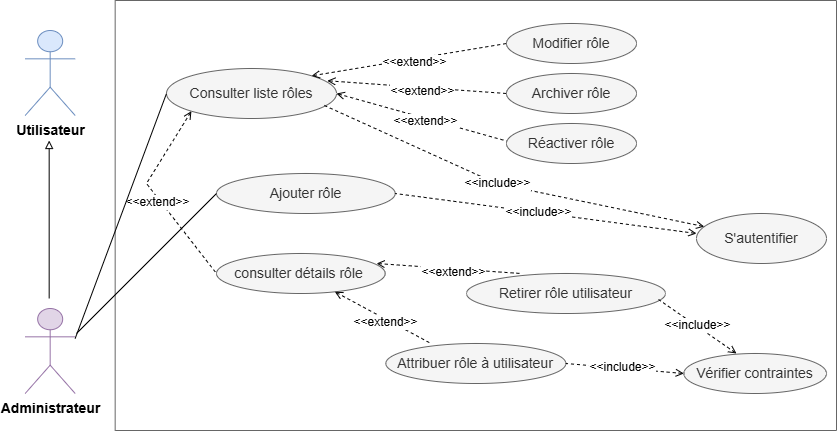
Above: Images/diag cas d'utilisation role.drawio.png in rihab-dev/Rapport-PFE (draw.io), before the change. Source tidied: cells renumbered, new cells last; positions are measured from the earlier drawing's top-left corner, leaving out a move shared by most shapes.
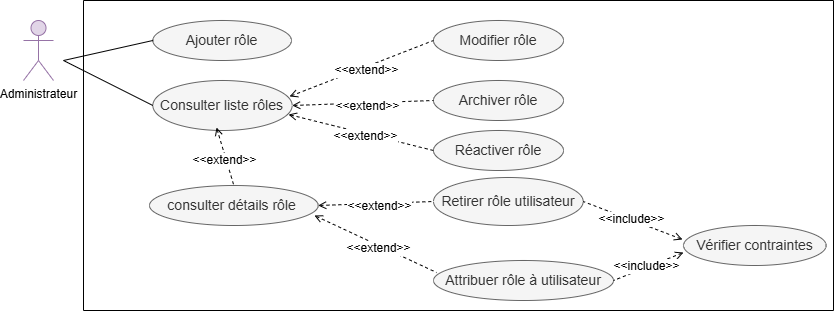
After the commit.

The edit, as a diff of the source:
```diff
@@ -2,152 +2,114 @@
   <root>
     <mxCell id="0" />
     <mxCell id="1" parent="0" />
-    <mxCell id="2" style="swimlane;startSize=0;fillColor=#f5f5f5;strokeColor=#666666;fontColor=#333333;swimlaneFillColor=none;swimlaneLine=1;" parent="1" vertex="1">
-      <mxGeometry x="89.7" width="721.3" height="430" as="geometry" />
-    </mxCell>
-    <mxCell id="3" value="&lt;font style=&quot;font-size: 14px;&quot;&gt;Consulter liste rôles&lt;/font&gt;" style="ellipse;whiteSpace=wrap;html=1;fillColor=#f5f5f5;fontColor=#333333;strokeColor=#666666;" parent="2" vertex="1">
-      <mxGeometry x="51.3" y="68" width="170" height="50" as="geometry" />
+    <mxCell id="3" value="&lt;font style=&quot;font-size: 14px;&quot;&gt;Consulter liste rôles&lt;/font&gt;" style="ellipse;whiteSpace=wrap;html=1;fillColor=#f5f5f5;fontColor=#333333;strokeColor=#666666;" parent="1" vertex="1">
+      <mxGeometry x="129" y="368" width="139.3" height="50" as="geometry" />
     </mxCell>
-    <mxCell id="4" value="&lt;font style=&quot;font-size: 14px;&quot;&gt;S'autentifier&lt;/font&gt;" style="ellipse;whiteSpace=wrap;html=1;fillColor=#f5f5f5;fontColor=#333333;strokeColor=#666666;" parent="2" vertex="1">
-      <mxGeometry x="581.3" y="213" width="130" height="50" as="geometry" />
-    </mxCell>
-    <mxCell id="5" value="&lt;font style=&quot;font-size: 14px;&quot;&gt;Ajouter rôle&lt;/font&gt;" style="ellipse;whiteSpace=wrap;html=1;fillColor=#f5f5f5;fontColor=#333333;strokeColor=#666666;" parent="2" vertex="1">
-      <mxGeometry x="101.3" y="173" width="178.7" height="40" as="geometry" />
+    <mxCell id="5" value="&lt;font style=&quot;font-size: 14px;&quot;&gt;Ajouter rôle&lt;/font&gt;" style="ellipse;whiteSpace=wrap;html=1;fillColor=#f5f5f5;fontColor=#333333;strokeColor=#666666;" parent="1" vertex="1">
+      <mxGeometry x="129" y="308" width="138.7" height="40" as="geometry" />
     </mxCell>
-    <mxCell id="6" value="&lt;font style=&quot;font-size: 14px;&quot;&gt;Modifier rôle&lt;/font&gt;" style="ellipse;whiteSpace=wrap;html=1;fillColor=#f5f5f5;fontColor=#333333;strokeColor=#666666;" parent="2" vertex="1">
-      <mxGeometry x="391.3" y="23" width="130" height="40" as="geometry" />
+    <mxCell id="6" value="&lt;font style=&quot;font-size: 14px;&quot;&gt;Modifier rôle&lt;/font&gt;" style="ellipse;whiteSpace=wrap;html=1;fillColor=#f5f5f5;fontColor=#333333;strokeColor=#666666;" parent="1" vertex="1">
+      <mxGeometry x="409.7" y="308" width="130" height="40" as="geometry" />
     </mxCell>
-    <mxCell id="7" value="&lt;font style=&quot;font-size: 14px;&quot;&gt;Archiver rôle&lt;/font&gt;" style="ellipse;whiteSpace=wrap;html=1;fillColor=#f5f5f5;fontColor=#333333;strokeColor=#666666;" parent="2" vertex="1">
-      <mxGeometry x="391.3" y="73" width="130" height="40" as="geometry" />
+    <mxCell id="7" value="&lt;font style=&quot;font-size: 14px;&quot;&gt;Archiver rôle&lt;/font&gt;" style="ellipse;whiteSpace=wrap;html=1;fillColor=#f5f5f5;fontColor=#333333;strokeColor=#666666;" parent="1" vertex="1">
+      <mxGeometry x="409.7" y="368" width="130" height="40" as="geometry" />
     </mxCell>
-    <mxCell id="8" value="&lt;font style=&quot;font-size: 14px;&quot;&gt;Attribuer rôle à utilisateur&lt;/font&gt;" style="ellipse;whiteSpace=wrap;html=1;fillColor=#f5f5f5;fontColor=#333333;strokeColor=#666666;" parent="2" vertex="1">
-      <mxGeometry x="270.7" y="343" width="180" height="40" as="geometry" />
+    <mxCell id="8" value="&lt;font style=&quot;font-size: 14px;&quot;&gt;Attribuer rôle à utilisateur&lt;/font&gt;" style="ellipse;whiteSpace=wrap;html=1;fillColor=#f5f5f5;fontColor=#333333;strokeColor=#666666;" parent="1" vertex="1">
+      <mxGeometry x="409.7" y="548" width="180" height="40" as="geometry" />
     </mxCell>
-    <mxCell id="9" value="&lt;span style=&quot;font-size: 14px;&quot;&gt;Réactiver rôle&lt;/span&gt;" style="ellipse;whiteSpace=wrap;html=1;fillColor=#f5f5f5;fontColor=#333333;strokeColor=#666666;" parent="2" vertex="1">
-      <mxGeometry x="391.3" y="123" width="130" height="40" as="geometry" />
+    <mxCell id="9" value="&lt;span style=&quot;font-size: 14px;&quot;&gt;Réactiver rôle&lt;/span&gt;" style="ellipse;whiteSpace=wrap;html=1;fillColor=#f5f5f5;fontColor=#333333;strokeColor=#666666;" parent="1" vertex="1">
+      <mxGeometry x="409.7" y="418" width="130" height="40" as="geometry" />
     </mxCell>
-    <mxCell id="10" value="&lt;span style=&quot;font-size: 14px;&quot;&gt;consulter détails&amp;nbsp;&lt;/span&gt;&lt;span style=&quot;font-size: 14px;&quot;&gt;rôle&lt;/span&gt;&lt;span style=&quot;font-size: 14px;&quot;&gt;&amp;nbsp;&lt;/span&gt;" style="ellipse;whiteSpace=wrap;html=1;fillColor=#f5f5f5;fontColor=#333333;strokeColor=#666666;" parent="2" vertex="1">
-      <mxGeometry x="101.3" y="253" width="168.7" height="40" as="geometry" />
+    <mxCell id="10" value="&lt;span style=&quot;font-size: 14px;&quot;&gt;consulter détails&amp;nbsp;&lt;/span&gt;&lt;span style=&quot;font-size: 14px;&quot;&gt;rôle&lt;/span&gt;&lt;span style=&quot;font-size: 14px;&quot;&gt;&amp;nbsp;&lt;/span&gt;" style="ellipse;whiteSpace=wrap;html=1;fillColor=#f5f5f5;fontColor=#333333;strokeColor=#666666;" parent="1" vertex="1">
+      <mxGeometry x="125.7" y="473" width="168.7" height="40" as="geometry" />
     </mxCell>
-    <mxCell id="11" style="endArrow=none;dashed=1;html=1;rounded=0;startArrow=open;startFill=0;entryX=0.916;entryY=0.72;entryDx=0;entryDy=0;entryPerimeter=0;" parent="2" edge="1" source="4" target="3">
-      <mxGeometry relative="1" as="geometry">
-        <Array as="points">
-          <mxPoint x="381.3" y="183" />
-        </Array>
-      </mxGeometry>
-    </mxCell>
-    <mxCell id="12" value="&lt;font style=&quot;font-size: 12px;&quot;&gt;&amp;lt;&amp;lt;include&amp;gt;&amp;gt;&lt;/font&gt;" style="edgeLabel;html=1;align=center;verticalAlign=middle;" parent="11" vertex="1">
-      <mxGeometry x="0.05" y="-2" relative="1" as="geometry">
-        <mxPoint y="1" as="offset" />
-      </mxGeometry>
-    </mxCell>
-    <mxCell id="13" style="endArrow=none;dashed=1;html=1;rounded=0;startArrow=open;startFill=0;entryX=0;entryY=0.5;entryDx=0;entryDy=0;exitX=0.946;exitY=0.245;exitDx=0;exitDy=0;exitPerimeter=0;" parent="2" edge="1" source="3" target="7">
+    <mxCell id="13" style="endArrow=none;dashed=1;html=1;rounded=0;startArrow=open;startFill=0;entryX=0;entryY=0.5;entryDx=0;entryDy=0;exitX=1;exitY=0.5;exitDx=0;exitDy=0;" parent="1" edge="1" source="3" target="7">
       <mxGeometry relative="1" as="geometry" />
     </mxCell>
-    <mxCell id="14" value="&lt;font style=&quot;font-size: 12px;&quot;&gt;&amp;lt;&amp;lt;extend&amp;gt;&amp;gt;&lt;/font&gt;" style="edgeLabel;html=1;align=center;verticalAlign=middle;" parent="13" vertex="1">
-      <mxGeometry x="0.05" y="-2" relative="1" as="geometry">
-        <mxPoint y="1" as="offset" />
-      </mxGeometry>
-    </mxCell>
+    <mxCell id="38" value="&lt;font style=&quot;font-size: 12px;&quot;&gt;&amp;lt;&amp;lt;extend&amp;gt;&amp;gt;&lt;/font&gt;" style="edgeLabel;html=1;align=center;verticalAlign=middle;" parent="13" vertex="1">
+      <mxGeometry x="0.05" y="-2" relative="1" as="geometry">
+        <mxPoint y="1" as="offset" />
+      </mxGeometry>
+    </mxCell>
-    <mxCell id="15" style="endArrow=none;dashed=1;html=1;rounded=0;startArrow=open;startFill=0;entryX=0;entryY=0.5;entryDx=0;entryDy=0;exitX=1;exitY=0;exitDx=0;exitDy=0;" parent="2" edge="1" source="3" target="6">
+    <mxCell id="15" style="endArrow=none;dashed=1;html=1;rounded=0;startArrow=open;startFill=0;entryX=0;entryY=0.5;entryDx=0;entryDy=0;exitX=0.981;exitY=0.32;exitDx=0;exitDy=0;exitPerimeter=0;" parent="1" edge="1" source="3" target="6">
       <mxGeometry relative="1" as="geometry" />
     </mxCell>
-    <mxCell id="16" value="&lt;font style=&quot;font-size: 12px;&quot;&gt;&amp;lt;&amp;lt;extend&amp;gt;&amp;gt;&lt;/font&gt;" style="edgeLabel;html=1;align=center;verticalAlign=middle;" parent="15" vertex="1">
-      <mxGeometry x="0.05" y="-2" relative="1" as="geometry">
-        <mxPoint y="1" as="offset" />
-      </mxGeometry>
-    </mxCell>
-    <mxCell id="17" style="endArrow=none;dashed=1;html=1;rounded=0;startArrow=open;startFill=0;exitX=1;exitY=0.5;exitDx=0;exitDy=0;" parent="2" edge="1" source="3">
-      <mxGeometry relative="1" as="geometry">
-        <mxPoint x="391.3" y="140.5" as="targetPoint" />
-      </mxGeometry>
-    </mxCell>
-    <mxCell id="18" value="&lt;font style=&quot;font-size: 12px;&quot;&gt;&amp;lt;&amp;lt;extend&amp;gt;&amp;gt;&lt;/font&gt;" style="edgeLabel;html=1;align=center;verticalAlign=middle;" parent="17" vertex="1">
-      <mxGeometry x="0.05" y="-2" relative="1" as="geometry">
-        <mxPoint y="1" as="offset" />
-      </mxGeometry>
-    </mxCell>
+    <mxCell id="39" value="&lt;font style=&quot;font-size: 12px;&quot;&gt;&amp;lt;&amp;lt;extend&amp;gt;&amp;gt;&lt;/font&gt;" style="edgeLabel;html=1;align=center;verticalAlign=middle;" parent="15" vertex="1">
+      <mxGeometry x="0.05" y="-2" relative="1" as="geometry">
+        <mxPoint y="1" as="offset" />
+      </mxGeometry>
+    </mxCell>
+    <mxCell id="40" style="endArrow=none;dashed=1;html=1;rounded=0;startArrow=open;startFill=0;exitX=0.974;exitY=0.68;exitDx=0;exitDy=0;entryX=0;entryY=0.5;entryDx=0;entryDy=0;exitPerimeter=0;" parent="1" edge="1" source="3" target="9">
+      <mxGeometry relative="1" as="geometry" />
+    </mxCell>
+    <mxCell id="41" value="&lt;font style=&quot;font-size: 12px;&quot;&gt;&amp;lt;&amp;lt;extend&amp;gt;&amp;gt;&lt;/font&gt;" style="edgeLabel;html=1;align=center;verticalAlign=middle;" parent="40" vertex="1">
+      <mxGeometry x="0.05" y="-2" relative="1" as="geometry">
+        <mxPoint y="1" as="offset" />
+      </mxGeometry>
+    </mxCell>
-    <mxCell id="19" style="endArrow=none;dashed=1;html=1;rounded=0;startArrow=open;startFill=0;entryX=0.251;entryY=0;entryDx=0;entryDy=0;entryPerimeter=0;" parent="2" edge="1" source="10" target="8">
+    <mxCell id="19" style="endArrow=none;dashed=1;html=1;rounded=0;startArrow=open;startFill=0;entryX=0.017;entryY=0.3;entryDx=0;entryDy=0;entryPerimeter=0;exitX=0.978;exitY=0.75;exitDx=0;exitDy=0;exitPerimeter=0;" parent="1" edge="1" source="10" target="8">
       <mxGeometry relative="1" as="geometry" />
     </mxCell>
-    <mxCell id="20" value="&lt;font style=&quot;font-size: 12px;&quot;&gt;&amp;lt;&amp;lt;extend&amp;gt;&amp;gt;&lt;/font&gt;" style="edgeLabel;html=1;align=center;verticalAlign=middle;" parent="19" vertex="1">
-      <mxGeometry x="0.05" y="-2" relative="1" as="geometry">
-        <mxPoint y="1" as="offset" />
-      </mxGeometry>
-    </mxCell>
+    <mxCell id="42" value="&lt;font style=&quot;font-size: 12px;&quot;&gt;&amp;lt;&amp;lt;extend&amp;gt;&amp;gt;&lt;/font&gt;" style="edgeLabel;html=1;align=center;verticalAlign=middle;" parent="19" vertex="1">
+      <mxGeometry x="0.05" y="-2" relative="1" as="geometry">
+        <mxPoint y="1" as="offset" />
+      </mxGeometry>
+    </mxCell>
-    <mxCell id="21" value="&lt;font style=&quot;font-size: 14px;&quot;&gt;Retirer rôle utilisateur&lt;/font&gt;" style="ellipse;whiteSpace=wrap;html=1;fillColor=#f5f5f5;fontColor=#333333;strokeColor=#666666;" parent="2" vertex="1">
-      <mxGeometry x="351.3" y="273" width="199" height="40" as="geometry" />
+    <mxCell id="21" value="&lt;font style=&quot;font-size: 14px;&quot;&gt;Retirer rôle&amp;nbsp;&lt;/font&gt;&lt;span style=&quot;font-size: 14px; background-color: transparent; color: light-dark(rgb(51, 51, 51), rgb(193, 193, 193));&quot;&gt;utilisateur&lt;/span&gt;" style="ellipse;whiteSpace=wrap;html=1;fillColor=#f5f5f5;fontColor=#333333;strokeColor=#666666;" parent="1" vertex="1">
+      <mxGeometry x="409.7" y="465" width="149.7" height="48" as="geometry" />
     </mxCell>
-    <mxCell id="22" style="endArrow=none;dashed=1;html=1;rounded=0;startArrow=open;startFill=0;exitX=0.949;exitY=0.25;exitDx=0;exitDy=0;exitPerimeter=0;entryX=0.274;entryY=0;entryDx=0;entryDy=0;entryPerimeter=0;" parent="2" edge="1" source="10" target="21">
-      <mxGeometry relative="1" as="geometry" />
-    </mxCell>
-    <mxCell id="23" value="&lt;font style=&quot;font-size: 12px;&quot;&gt;&amp;lt;&amp;lt;extend&amp;gt;&amp;gt;&lt;/font&gt;" style="edgeLabel;html=1;align=center;verticalAlign=middle;" parent="22" vertex="1">
-      <mxGeometry x="0.05" y="-2" relative="1" as="geometry">
-        <mxPoint y="1" as="offset" />
-      </mxGeometry>
-    </mxCell>
+    <mxCell id="43" style="endArrow=none;dashed=1;html=1;rounded=0;startArrow=open;startFill=0;exitX=1;exitY=0.5;exitDx=0;exitDy=0;" parent="1" edge="1" source="10">
+      <mxGeometry relative="1" as="geometry">
+        <mxPoint x="409.7" y="489" as="targetPoint" />
+      </mxGeometry>
+    </mxCell>
+    <mxCell id="44" value="&lt;font style=&quot;font-size: 12px;&quot;&gt;&amp;lt;&amp;lt;extend&amp;gt;&amp;gt;&lt;/font&gt;" style="edgeLabel;html=1;align=center;verticalAlign=middle;" parent="43" vertex="1">
+      <mxGeometry x="0.05" y="-2" relative="1" as="geometry">
+        <mxPoint y="1" as="offset" />
+      </mxGeometry>
+    </mxCell>
-    <mxCell id="24" value="&lt;font style=&quot;font-size: 14px;&quot;&gt;Vérifier contraintes&lt;/font&gt;" style="ellipse;whiteSpace=wrap;html=1;fillColor=#f5f5f5;fontColor=#333333;strokeColor=#666666;" parent="2" vertex="1">
-      <mxGeometry x="568.7" y="353" width="142.7" height="40" as="geometry" />
+    <mxCell id="24" value="&lt;font style=&quot;font-size: 14px;&quot;&gt;Vérifier contraintes&lt;/font&gt;" style="ellipse;whiteSpace=wrap;html=1;fillColor=#f5f5f5;fontColor=#333333;strokeColor=#666666;" parent="1" vertex="1">
+      <mxGeometry x="659.7" y="513" width="142.7" height="40" as="geometry" />
     </mxCell>
-    <mxCell id="25" style="endArrow=none;dashed=1;html=1;rounded=0;startArrow=open;startFill=0;entryX=1;entryY=0.5;entryDx=0;entryDy=0;exitX=0;exitY=0.5;exitDx=0;exitDy=0;" parent="2" edge="1" source="24" target="8">
+    <mxCell id="25" style="endArrow=none;dashed=1;html=1;rounded=0;startArrow=open;startFill=0;entryX=1;entryY=0.5;entryDx=0;entryDy=0;exitX=0;exitY=0.675;exitDx=0;exitDy=0;exitPerimeter=0;" parent="1" edge="1" source="24" target="8">
       <mxGeometry relative="1" as="geometry" />
     </mxCell>
-    <mxCell id="26" value="&lt;font style=&quot;font-size: 12px;&quot;&gt;&amp;lt;&amp;lt;include&amp;gt;&amp;gt;&lt;/font&gt;" style="edgeLabel;html=1;align=center;verticalAlign=middle;" parent="25" vertex="1">
-      <mxGeometry x="0.05" y="-2" relative="1" as="geometry">
-        <mxPoint y="1" as="offset" />
-      </mxGeometry>
-    </mxCell>
-    <mxCell id="27" style="endArrow=none;dashed=1;html=1;rounded=0;startArrow=open;startFill=0;entryX=1;entryY=0.5;entryDx=0;entryDy=0;" parent="2" edge="1" target="5">
-      <mxGeometry relative="1" as="geometry">
-        <mxPoint x="581.3" y="233" as="sourcePoint" />
-      </mxGeometry>
-    </mxCell>
-    <mxCell id="28" value="&lt;font style=&quot;font-size: 12px;&quot;&gt;&amp;lt;&amp;lt;include&amp;gt;&amp;gt;&lt;/font&gt;" style="edgeLabel;html=1;align=center;verticalAlign=middle;" parent="27" vertex="1">
-      <mxGeometry x="0.05" y="-2" relative="1" as="geometry">
-        <mxPoint y="1" as="offset" />
-      </mxGeometry>
-    </mxCell>
+    <mxCell id="45" value="&lt;font style=&quot;font-size: 12px;&quot;&gt;&amp;lt;&amp;lt;include&amp;gt;&amp;gt;&lt;/font&gt;" style="edgeLabel;html=1;align=center;verticalAlign=middle;" parent="25" vertex="1">
+      <mxGeometry x="0.05" y="-2" relative="1" as="geometry">
+        <mxPoint y="1" as="offset" />
+      </mxGeometry>
+    </mxCell>
-    <mxCell id="29" style="endArrow=none;dashed=1;html=1;rounded=0;startArrow=open;startFill=0;exitX=0;exitY=1;exitDx=0;exitDy=0;entryX=0;entryY=0.5;entryDx=0;entryDy=0;" parent="2" edge="1" source="3" target="10">
-      <mxGeometry relative="1" as="geometry">
-        <Array as="points">
-          <mxPoint x="31.3" y="183" />
-        </Array>
-      </mxGeometry>
+    <mxCell id="29" style="endArrow=none;dashed=1;html=1;rounded=0;startArrow=open;startFill=0;exitX=0.457;exitY=0.94;exitDx=0;exitDy=0;entryX=0.5;entryY=0;entryDx=0;entryDy=0;exitPerimeter=0;" parent="1" edge="1" source="3" target="10">
+      <mxGeometry relative="1" as="geometry" />
     </mxCell>
-    <mxCell id="30" value="&lt;font style=&quot;font-size: 12px;&quot;&gt;&amp;lt;&amp;lt;extend&amp;gt;&amp;gt;&lt;/font&gt;" style="edgeLabel;html=1;align=center;verticalAlign=middle;" parent="29" vertex="1">
-      <mxGeometry x="0.05" y="-2" relative="1" as="geometry">
-        <mxPoint y="1" as="offset" />
-      </mxGeometry>
-    </mxCell>
-    <mxCell id="31" value="&lt;font style=&quot;font-size: 14px;&quot;&gt;&lt;b style=&quot;&quot;&gt;Utilisateur&lt;/b&gt;&lt;/font&gt;" style="shape=umlActor;verticalLabelPosition=bottom;verticalAlign=top;html=1;fillColor=#dae8fc;strokeColor=#6c8ebf;" parent="1" vertex="1">
-      <mxGeometry x="-0.3" y="30" width="50" height="85" as="geometry" />
-    </mxCell>
+    <mxCell id="46" value="&lt;font style=&quot;font-size: 12px;&quot;&gt;&amp;lt;&amp;lt;extend&amp;gt;&amp;gt;&lt;/font&gt;" style="edgeLabel;html=1;align=center;verticalAlign=middle;" parent="29" vertex="1">
+      <mxGeometry x="0.05" y="-2" relative="1" as="geometry">
+        <mxPoint y="1" as="offset" />
+      </mxGeometry>
+    </mxCell>
+    <mxCell id="47" style="endArrow=none;dashed=1;html=1;rounded=0;startArrow=open;startFill=0;entryX=1;entryY=0.5;entryDx=0;entryDy=0;exitX=-0.007;exitY=0.35;exitDx=0;exitDy=0;exitPerimeter=0;" parent="1" edge="1" source="24" target="21">
+      <mxGeometry relative="1" as="geometry" />
+    </mxCell>
+    <mxCell id="48" value="&lt;font style=&quot;font-size: 12px;&quot;&gt;&amp;lt;&amp;lt;include&amp;gt;&amp;gt;&lt;/font&gt;" style="edgeLabel;html=1;align=center;verticalAlign=middle;" parent="47" vertex="1">
+      <mxGeometry x="0.05" y="-2" relative="1" as="geometry">
+        <mxPoint y="1" as="offset" />
+      </mxGeometry>
+    </mxCell>
+    <mxCell id="49" style="endArrow=none;html=1;rounded=0;entryX=0;entryY=0.5;entryDx=0;entryDy=0;endFill=0;" parent="1" edge="1" target="3">
+      <mxGeometry relative="1" as="geometry">
+        <mxPoint x="39.7" y="348" as="sourcePoint" />
+      </mxGeometry>
+    </mxCell>
+    <mxCell id="50" style="endArrow=none;html=1;rounded=0;entryX=0;entryY=0.5;entryDx=0;entryDy=0;endFill=0;" parent="1" edge="1" target="5">
+      <mxGeometry relative="1" as="geometry">
+        <mxPoint x="39.7" y="348" as="sourcePoint" />
+      </mxGeometry>
+    </mxCell>
-    <mxCell id="32" value="&lt;font style=&quot;font-size: 14px;&quot;&gt;&lt;b style=&quot;&quot;&gt;Administrateur&lt;/b&gt;&lt;/font&gt;" style="shape=umlActor;verticalLabelPosition=bottom;verticalAlign=top;html=1;outlineConnect=0;fillColor=#e1d5e7;strokeColor=#9673a6;" parent="1" vertex="1">
-      <mxGeometry x="-0.3" y="308" width="50" height="85" as="geometry" />
+    <mxCell id="32" value="Administrateur" style="shape=umlActor;verticalLabelPosition=bottom;verticalAlign=top;html=1;outlineConnect=0;fillColor=#e1d5e7;strokeColor=#9673a6;" parent="1" vertex="1">
+      <mxGeometry x="-0.3" y="308" width="30" height="60" as="geometry" />
     </mxCell>
-    <mxCell id="33" style="edgeStyle=orthogonalEdgeStyle;rounded=0;orthogonalLoop=1;jettySize=auto;html=1;endArrow=block;endFill=0;" parent="1" edge="1">
-      <mxGeometry relative="1" as="geometry">
-        <mxPoint x="23.7" y="298" as="sourcePoint" />
-        <mxPoint x="23.7" y="140" as="targetPoint" />
-      </mxGeometry>
-    </mxCell>
-    <mxCell id="34" style="endArrow=none;html=1;rounded=0;entryX=0;entryY=0.5;entryDx=0;entryDy=0;endFill=0;exitX=1;exitY=0.353;exitDx=0;exitDy=0;exitPerimeter=0;" parent="1" edge="1" source="32" target="3">
-      <mxGeometry relative="1" as="geometry" />
-    </mxCell>
-    <mxCell id="35" style="endArrow=none;html=1;rounded=0;entryX=0;entryY=0.5;entryDx=0;entryDy=0;endFill=0;" parent="1" edge="1" target="5">
-      <mxGeometry relative="1" as="geometry">
-        <mxPoint x="51" y="333" as="sourcePoint" />
-      </mxGeometry>
-    </mxCell>
-    <mxCell id="36" style="endArrow=none;dashed=1;html=1;rounded=0;startArrow=open;startFill=0;entryX=0.965;entryY=0.65;entryDx=0;entryDy=0;entryPerimeter=0;" parent="1" edge="1" target="21">
-      <mxGeometry relative="1" as="geometry">
-        <mxPoint x="711" y="353" as="sourcePoint" />
-      </mxGeometry>
-    </mxCell>
-    <mxCell id="37" value="&lt;font style=&quot;font-size: 12px;&quot;&gt;&amp;lt;&amp;lt;include&amp;gt;&amp;gt;&lt;/font&gt;" style="edgeLabel;html=1;align=center;verticalAlign=middle;" parent="36" vertex="1">
-      <mxGeometry x="0.05" y="-2" relative="1" as="geometry">
-        <mxPoint y="1" as="offset" />
-      </mxGeometry>
-    </mxCell>
+    <mxCell id="51" style="swimlane;startSize=0;" parent="1" vertex="1">
+      <mxGeometry x="59.7" y="288" width="750" height="310" as="geometry" />
+    </mxCell>
   </root>
 </mxGraphModel>
```
